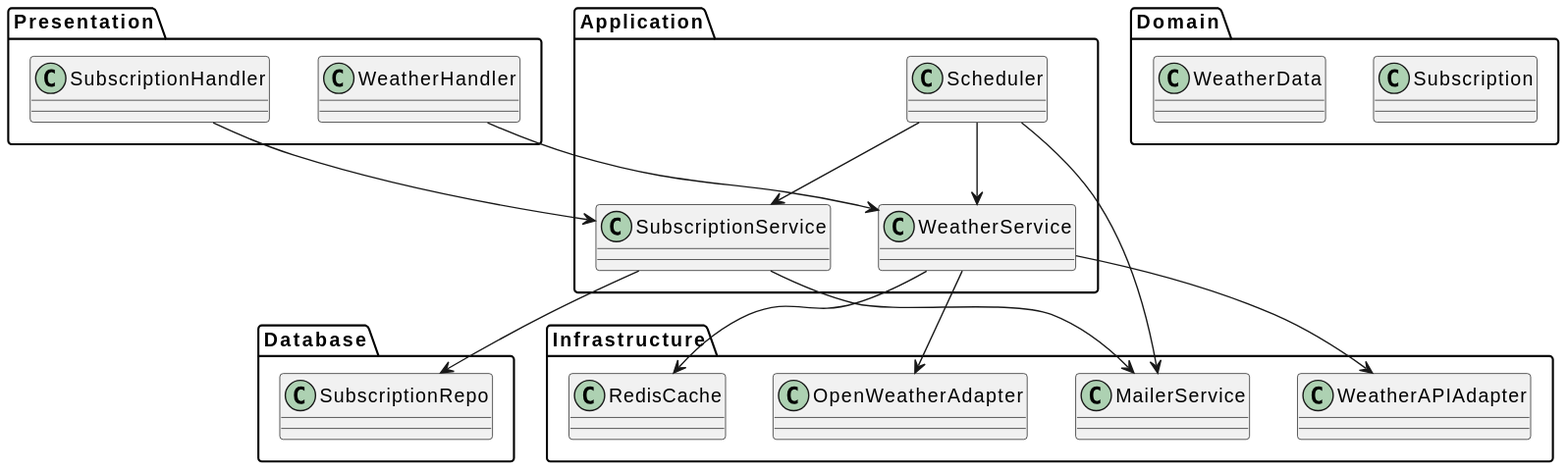
GenesisEducationKyiv/software-engineering-school-5-0-raustime keeps this PlantUML diagram as docs/Architecture/architecture.svg. Above is the earlier version.
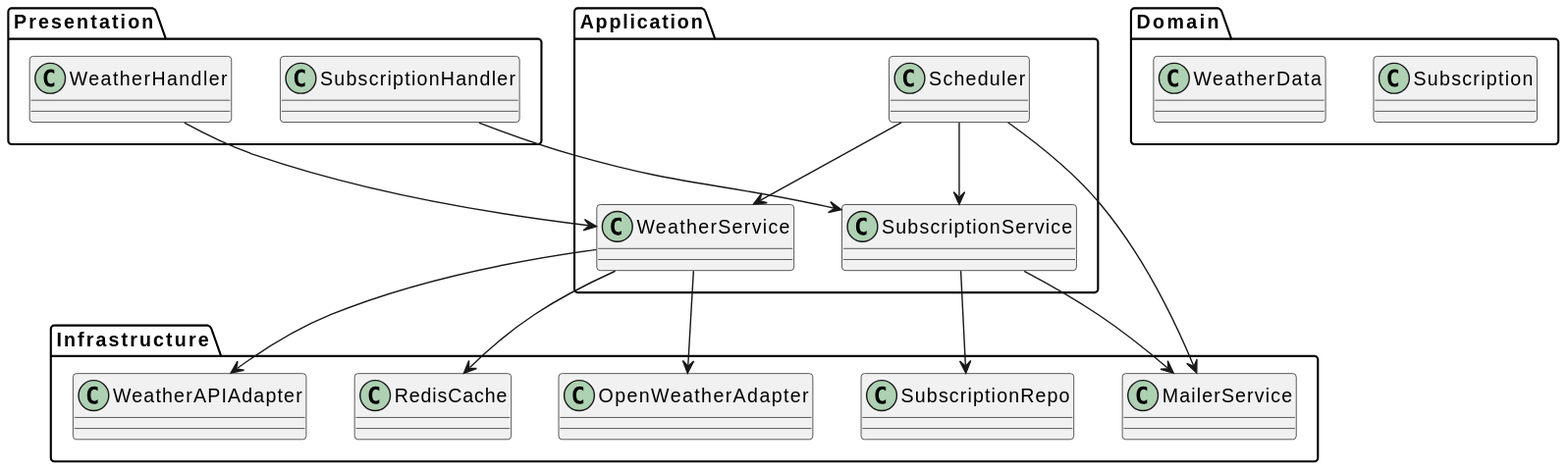
After the commit.

The edit, as a diff of the source:
```diff
@@ -20,9 +20,6 @@
   class WeatherAPIAdapter
   class RedisCache
   class MailerService
-}
-
-package "Database" {
   class SubscriptionRepo
 }
 
```
